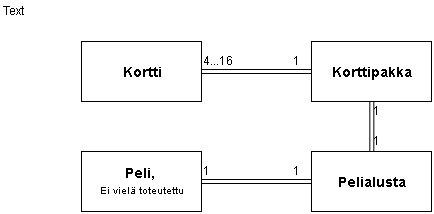
The draw.io diagram dokumentaatio/luokkakaavio.png in Nuukkeli/NeanOhjelmistonHarjoitusty-, before a commit. Source tidied: cells renumbered, new cells last; positions are measured from the earlier drawing's top-left corner, leaving out a move shared by most shapes. Source of this version:
```xml
<mxGraphModel background="#ffffff">
  <root>
    <mxCell id="0" />
    <mxCell id="1" parent="0" />
    <mxCell id="2" style="edgeStyle=orthogonalEdgeStyle;shape=link;rounded=0;html=1;exitX=1;exitY=0.5;entryX=0;entryY=0.5;jettySize=auto;strokeColor=#000000;" parent="1" edge="1" source="3" target="5">
      <mxGeometry relative="1" as="geometry" />
    </mxCell>
    <mxCell id="3" value="&lt;b&gt;&lt;font style=&quot;font-size: 14px&quot;&gt;Kortti&lt;/font&gt;&lt;/b&gt;" style="whiteSpace=wrap;html=1;strokeColor=#000000;" parent="1" vertex="1">
      <mxGeometry x="80" y="40" width="120" height="60" as="geometry" />
    </mxCell>
    <mxCell id="4" style="edgeStyle=orthogonalEdgeStyle;shape=link;rounded=0;html=1;exitX=0.5;exitY=1;entryX=0.5;entryY=0;jettySize=auto;strokeColor=#000000;" parent="1" edge="1" source="5" target="9">
      <mxGeometry relative="1" as="geometry" />
    </mxCell>
    <mxCell id="5" value="&lt;b&gt;&lt;font style=&quot;font-size: 14px&quot;&gt;Korttipakka&lt;/font&gt;&lt;/b&gt;" style="whiteSpace=wrap;html=1;strokeColor=#000000;" parent="1" vertex="1">
      <mxGeometry x="310" y="40" width="120" height="60" as="geometry" />
    </mxCell>
    <mxCell id="6" value="Text" style="text;html=1;align=left;verticalAlign=top;spacingTop=-4;" parent="1" vertex="1">
      <mxGeometry width="40" height="20" as="geometry" />
    </mxCell>
    <mxCell id="7" value="4...16" style="text;html=1;align=left;verticalAlign=top;spacingTop=-4;" parent="1" vertex="1">
      <mxGeometry x="200" y="50" width="50" height="20" as="geometry" />
    </mxCell>
    <mxCell id="8" value="1" style="text;html=1;align=left;verticalAlign=top;spacingTop=-4;" parent="1" vertex="1">
      <mxGeometry x="290" y="50" width="20" height="20" as="geometry" />
    </mxCell>
    <mxCell id="9" value="&lt;font style=&quot;font-size: 14px&quot;&gt;&lt;b&gt;Pelialusta&lt;/b&gt;&lt;/font&gt;" style="whiteSpace=wrap;html=1;" parent="1" vertex="1">
      <mxGeometry x="310" y="150" width="120" height="60" as="geometry" />
    </mxCell>
    <mxCell id="10" value="1" style="text;html=1;align=left;verticalAlign=top;spacingTop=-4;points=[];" parent="1" vertex="1">
      <mxGeometry x="370" y="100" width="20" height="20" as="geometry" />
    </mxCell>
    <mxCell id="11" value="1" style="text;html=1;align=left;verticalAlign=top;spacingTop=-4;" parent="1" vertex="1">
      <mxGeometry x="370" y="130" width="20" height="20" as="geometry" />
    </mxCell>
    <mxCell id="12" style="edgeStyle=orthogonalEdgeStyle;shape=link;rounded=0;html=1;exitX=1;exitY=0.5;entryX=0;entryY=0.5;jettySize=auto;strokeColor=#000000;" parent="1" edge="1" source="13" target="9">
      <mxGeometry relative="1" as="geometry" />
    </mxCell>
    <mxCell id="13" value="&lt;font&gt;&lt;b style=&quot;font-size: 14px&quot;&gt;Peli,&amp;nbsp;&lt;/b&gt;&lt;/font&gt;&lt;div&gt;&lt;font style=&quot;font-size: 10px&quot;&gt;&lt;span style=&quot;line-height: 19.2px&quot;&gt;Ei vielä toteutettu&lt;/span&gt;&lt;/font&gt;&lt;/div&gt;" style="whiteSpace=wrap;html=1;" parent="1" vertex="1">
      <mxGeometry x="80" y="150" width="120" height="60" as="geometry" />
    </mxCell>
    <mxCell id="14" value="1" style="text;html=1;align=left;verticalAlign=top;spacingTop=-4;" parent="1" vertex="1">
      <mxGeometry x="290" y="160" width="20" height="20" as="geometry" />
    </mxCell>
    <mxCell id="15" value="1" style="text;html=1;align=left;verticalAlign=top;spacingTop=-4;" parent="1" vertex="1">
      <mxGeometry x="200" y="160" width="20" height="20" as="geometry" />
    </mxCell>
  </root>
</mxGraphModel>
```
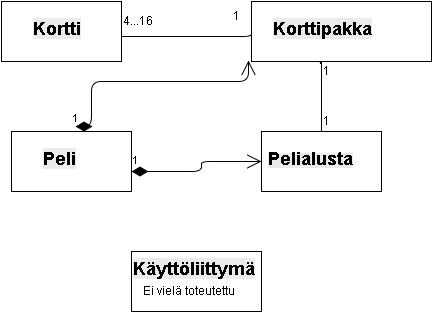
After the change.

Diff of the diagram source:
```diff
@@ -2,47 +2,82 @@
   <root>
     <mxCell id="0" />
     <mxCell id="1" parent="0" />
+    <mxCell id="3" style="whiteSpace=wrap;html=1;" parent="1" vertex="1">
+      <mxGeometry x="70" y="30" width="120" height="60" as="geometry" />
+    </mxCell>
-    <mxCell id="2" style="edgeStyle=orthogonalEdgeStyle;shape=link;rounded=0;html=1;exitX=1;exitY=0.5;entryX=0;entryY=0.5;jettySize=auto;strokeColor=#000000;" parent="1" edge="1" source="3" target="5">
-      <mxGeometry relative="1" as="geometry" />
+    <mxCell id="2" value="&lt;b style=&quot;color: rgb(0, 0, 0); font-family: Helvetica; font-size: 18px; font-style: normal; font-variant-ligatures: normal; font-variant-caps: normal; letter-spacing: normal; orphans: 2; text-align: left; text-indent: 0px; text-transform: none; white-space: nowrap; widows: 2; word-spacing: 0px; -webkit-text-stroke-width: 0px; background-color: rgb(235, 235, 235);&quot;&gt;Kortti&lt;/b&gt;" style="text;html=1;fillColor=none;" parent="1" vertex="1">
+      <mxGeometry x="100" y="40" width="90" height="50" as="geometry" />
     </mxCell>
-    <mxCell id="3" value="&lt;b&gt;&lt;font style=&quot;font-size: 14px&quot;&gt;Kortti&lt;/font&gt;&lt;/b&gt;" style="whiteSpace=wrap;html=1;strokeColor=#000000;" parent="1" vertex="1">
-      <mxGeometry x="80" y="40" width="120" height="60" as="geometry" />
-    </mxCell>
-    <mxCell id="4" style="edgeStyle=orthogonalEdgeStyle;shape=link;rounded=0;html=1;exitX=0.5;exitY=1;entryX=0.5;entryY=0;jettySize=auto;strokeColor=#000000;" parent="1" edge="1" source="5" target="9">
-      <mxGeometry relative="1" as="geometry" />
-    </mxCell>
-    <mxCell id="5" value="&lt;b&gt;&lt;font style=&quot;font-size: 14px&quot;&gt;Korttipakka&lt;/font&gt;&lt;/b&gt;" style="whiteSpace=wrap;html=1;strokeColor=#000000;" parent="1" vertex="1">
-      <mxGeometry x="310" y="40" width="120" height="60" as="geometry" />
-    </mxCell>
-    <mxCell id="6" value="Text" style="text;html=1;align=left;verticalAlign=top;spacingTop=-4;" parent="1" vertex="1">
-      <mxGeometry width="40" height="20" as="geometry" />
-    </mxCell>
-    <mxCell id="7" value="4...16" style="text;html=1;align=left;verticalAlign=top;spacingTop=-4;" parent="1" vertex="1">
-      <mxGeometry x="200" y="50" width="50" height="20" as="geometry" />
-    </mxCell>
+    <mxCell id="16" style="whiteSpace=wrap;html=1;" parent="1" vertex="1">
+      <mxGeometry x="320" y="30" width="180" height="60" as="geometry" />
+    </mxCell>
-    <mxCell id="8" value="1" style="text;html=1;align=left;verticalAlign=top;spacingTop=-4;" parent="1" vertex="1">
-      <mxGeometry x="290" y="50" width="20" height="20" as="geometry" />
+    <mxCell id="8" value="&lt;b style=&quot;color: rgb(0, 0, 0); font-family: Helvetica; font-size: 18px; font-style: normal; font-variant-ligatures: normal; font-variant-caps: normal; letter-spacing: normal; orphans: 2; text-align: left; text-indent: 0px; text-transform: none; white-space: nowrap; widows: 2; word-spacing: 0px; -webkit-text-stroke-width: 0px; background-color: rgb(235, 235, 235);&quot;&gt;Korttipakka&lt;/b&gt;" style="text;html=1;" parent="1" vertex="1">
+      <mxGeometry x="340" y="40" width="120" height="30" as="geometry" />
     </mxCell>
-    <mxCell id="9" value="&lt;font style=&quot;font-size: 14px&quot;&gt;&lt;b&gt;Pelialusta&lt;/b&gt;&lt;/font&gt;" style="whiteSpace=wrap;html=1;" parent="1" vertex="1">
-      <mxGeometry x="310" y="150" width="120" height="60" as="geometry" />
+    <mxCell id="9" style="whiteSpace=wrap;html=1;" parent="1" vertex="1">
+      <mxGeometry x="330" y="160" width="120" height="60" as="geometry" />
     </mxCell>
+    <mxCell id="4" value="&lt;b style=&quot;color: rgb(0, 0, 0); font-family: Helvetica; font-size: 12px; font-style: normal; font-variant-ligatures: normal; font-variant-caps: normal; letter-spacing: normal; orphans: 2; text-align: left; text-indent: 0px; text-transform: none; white-space: nowrap; widows: 2; word-spacing: 0px; -webkit-text-stroke-width: 0px; background-color: rgb(235, 235, 235);&quot;&gt;&lt;font style=&quot;font-size: 18px;&quot;&gt;Pelialusta&lt;/font&gt;&lt;/b&gt;" style="text;html=1;" parent="1" vertex="1">
+      <mxGeometry x="335" y="170" width="125" height="35" as="geometry" />
+    </mxCell>
-    <mxCell id="10" value="1" style="text;html=1;align=left;verticalAlign=top;spacingTop=-4;points=[];" parent="1" vertex="1">
-      <mxGeometry x="370" y="100" width="20" height="20" as="geometry" />
+    <mxCell id="10" style="whiteSpace=wrap;html=1;" parent="1" vertex="1">
+      <mxGeometry x="80" y="160" width="120" height="60" as="geometry" />
     </mxCell>
-    <mxCell id="11" value="1" style="text;html=1;align=left;verticalAlign=top;spacingTop=-4;" parent="1" vertex="1">
-      <mxGeometry x="370" y="130" width="20" height="20" as="geometry" />
-    </mxCell>
-    <mxCell id="12" style="edgeStyle=orthogonalEdgeStyle;shape=link;rounded=0;html=1;exitX=1;exitY=0.5;entryX=0;entryY=0.5;jettySize=auto;strokeColor=#000000;" parent="1" edge="1" source="13" target="9">
-      <mxGeometry relative="1" as="geometry" />
-    </mxCell>
-    <mxCell id="13" value="&lt;font&gt;&lt;b style=&quot;font-size: 14px&quot;&gt;Peli,&amp;nbsp;&lt;/b&gt;&lt;/font&gt;&lt;div&gt;&lt;font style=&quot;font-size: 10px&quot;&gt;&lt;span style=&quot;line-height: 19.2px&quot;&gt;Ei vielä toteutettu&lt;/span&gt;&lt;/font&gt;&lt;/div&gt;" style="whiteSpace=wrap;html=1;" parent="1" vertex="1">
-      <mxGeometry x="80" y="150" width="120" height="60" as="geometry" />
-    </mxCell>
-    <mxCell id="14" value="1" style="text;html=1;align=left;verticalAlign=top;spacingTop=-4;" parent="1" vertex="1">
-      <mxGeometry x="290" y="160" width="20" height="20" as="geometry" />
-    </mxCell>
-    <mxCell id="15" value="1" style="text;html=1;align=left;verticalAlign=top;spacingTop=-4;" parent="1" vertex="1">
-      <mxGeometry x="200" y="160" width="20" height="20" as="geometry" />
+    <mxCell id="15" value="&lt;b style=&quot;color: rgb(0, 0, 0); font-family: Helvetica; font-size: 18px; font-style: normal; font-variant-ligatures: normal; font-variant-caps: normal; letter-spacing: normal; orphans: 2; text-align: left; text-indent: 0px; text-transform: none; white-space: nowrap; widows: 2; word-spacing: 0px; -webkit-text-stroke-width: 0px; background-color: rgb(235, 235, 235);&quot;&gt;Peli&lt;/b&gt;" style="text;html=1;" parent="1" vertex="1">
+      <mxGeometry x="110" y="170" width="60" height="30" as="geometry" />
     </mxCell>
+    <mxCell id="17" style="whiteSpace=wrap;html=1;" parent="1" vertex="1">
+      <mxGeometry x="200" y="280" width="130" height="60" as="geometry" />
+    </mxCell>
+    <mxCell id="18" value="&lt;b style=&quot;color: rgb(0, 0, 0); font-family: Helvetica; font-size: 18px; font-style: normal; font-variant-ligatures: normal; font-variant-caps: normal; letter-spacing: normal; orphans: 2; text-align: left; text-indent: 0px; text-transform: none; white-space: nowrap; widows: 2; word-spacing: 0px; -webkit-text-stroke-width: 0px; background-color: rgb(235, 235, 235);&quot;&gt;Käyttöliittymä&lt;/b&gt;" style="text;html=1;" parent="1" vertex="1">
+      <mxGeometry x="200" y="280" width="150" height="30" as="geometry" />
+    </mxCell>
+    <mxCell id="19" value="Ei vielä toteutettu" style="text;html=1;align=left;verticalAlign=top;spacingTop=-4;" parent="1" vertex="1">
+      <mxGeometry x="210" y="310" width="110" height="20" as="geometry" />
+    </mxCell>
+    <mxCell id="20" value="1" style="endArrow=open;html=1;endSize=12;startArrow=diamondThin;startSize=14;startFill=1;edgeStyle=orthogonalEdgeStyle;align=left;verticalAlign=bottom;strokeColor=#000000;entryX=-0.017;entryY=0.983;entryPerimeter=0;exitX=0.675;exitY=-0.083;exitPerimeter=0;" parent="1" edge="1" source="10" target="16">
+      <mxGeometry x="-0.99" y="20" relative="1" as="geometry">
+        <Array as="points">
+          <mxPoint x="160" y="155" />
+          <mxPoint x="160" y="110" />
+          <mxPoint x="317" y="110" />
+        </Array>
+      </mxGeometry>
+    </mxCell>
+    <mxCell id="21" value="1" style="endArrow=open;html=1;endSize=12;startArrow=diamondThin;startSize=14;startFill=1;edgeStyle=orthogonalEdgeStyle;align=left;verticalAlign=bottom;strokeColor=#000000;entryX=0;entryY=0.5;" parent="1" edge="1" source="10" target="9">
+      <mxGeometry x="-1" y="3" relative="1" as="geometry">
+        <Array as="points">
+          <mxPoint x="270" y="200" />
+          <mxPoint x="270" y="190" />
+        </Array>
+      </mxGeometry>
+    </mxCell>
+    <mxCell id="22" style="endArrow=none;html=1;edgeStyle=orthogonalEdgeStyle;strokeColor=#000000;entryX=1;entryY=0.5;exitX=0;exitY=0.5;" parent="1" edge="1" source="16" target="2">
+      <mxGeometry relative="1" as="geometry">
+        <Array as="points">
+          <mxPoint x="320" y="65" />
+        </Array>
+      </mxGeometry>
+    </mxCell>
+    <mxCell id="7" value="4...16" style="text;html=1;align=left;verticalAlign=top;spacingTop=-4;" parent="1" vertex="1">
+      <mxGeometry x="190" y="40" width="50" height="20" as="geometry" />
+    </mxCell>
+    <mxCell id="23" value="1&lt;div&gt;&lt;br&gt;&lt;/div&gt;" style="text;html=1;align=left;verticalAlign=top;spacingTop=-4;" parent="1" vertex="1">
+      <mxGeometry x="300" y="35" width="20" height="30" as="geometry" />
+    </mxCell>
+    <mxCell id="24" style="endArrow=none;html=1;edgeStyle=orthogonalEdgeStyle;strokeColor=#000000;entryX=0.5;entryY=0;exitX=0.383;exitY=1.033;exitPerimeter=0;" parent="1" edge="1" source="16" target="9">
+      <mxGeometry relative="1" as="geometry">
+        <Array as="points">
+          <mxPoint x="389" y="90" />
+          <mxPoint x="390" y="90" />
+        </Array>
+      </mxGeometry>
+    </mxCell>
+    <mxCell id="25" value="1" style="text;html=1;align=left;verticalAlign=top;spacingTop=-4;" parent="1" vertex="1">
+      <mxGeometry x="390" y="90" width="20" height="20" as="geometry" />
+    </mxCell>
+    <mxCell id="26" value="1" style="text;html=1;align=left;verticalAlign=top;spacingTop=-4;" parent="1" vertex="1">
+      <mxGeometry x="390" y="140" width="20" height="20" as="geometry" />
+    </mxCell>
   </root>
 </mxGraphModel>
```
